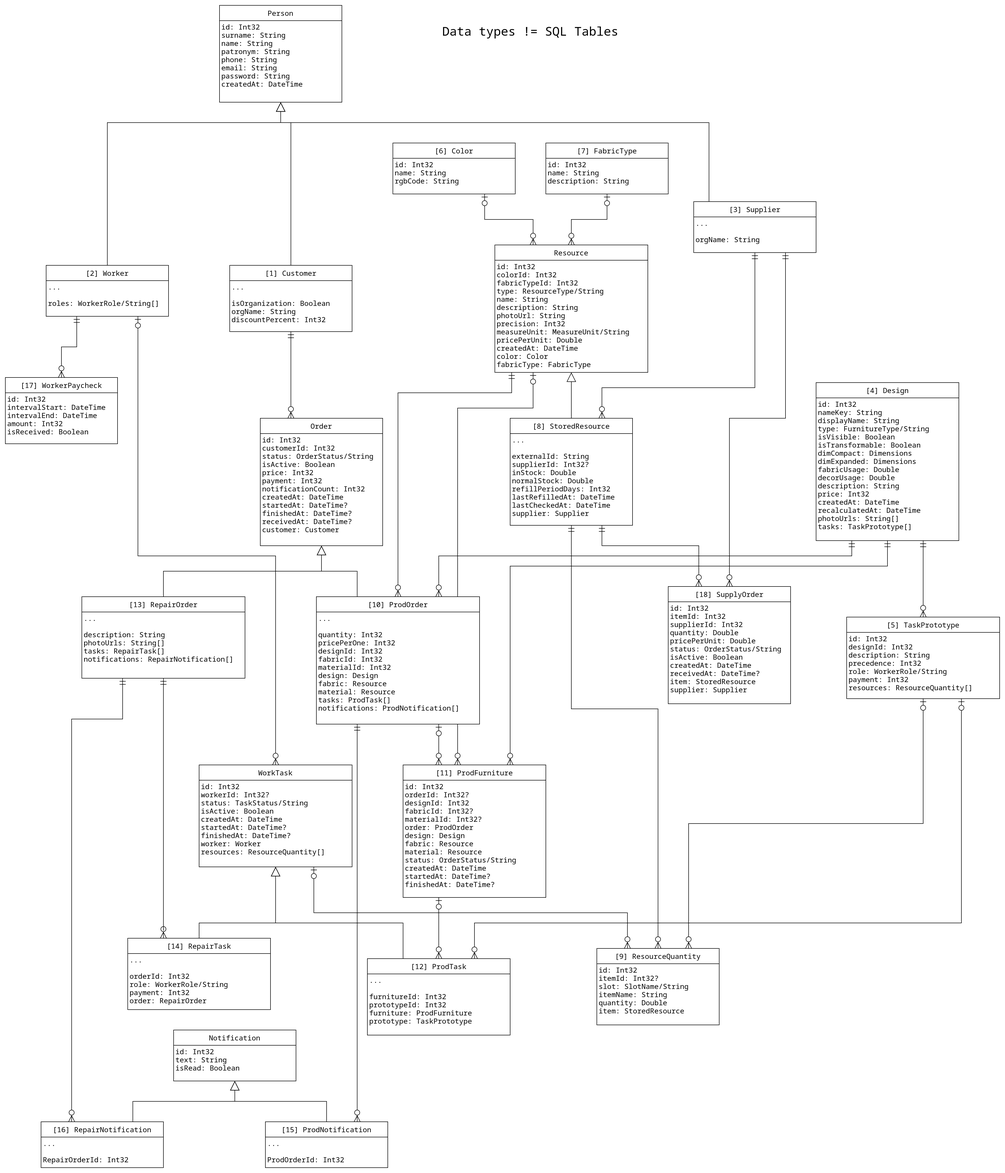
dmitriynaumov1024/fwsh keeps this draw.io diagram as science/datamodel-v2.png. Above is the earlier version. Source tidied: cells renumbered, new cells last; positions are measured from the earlier drawing's top-left corner, leaving out a move shared by most shapes.
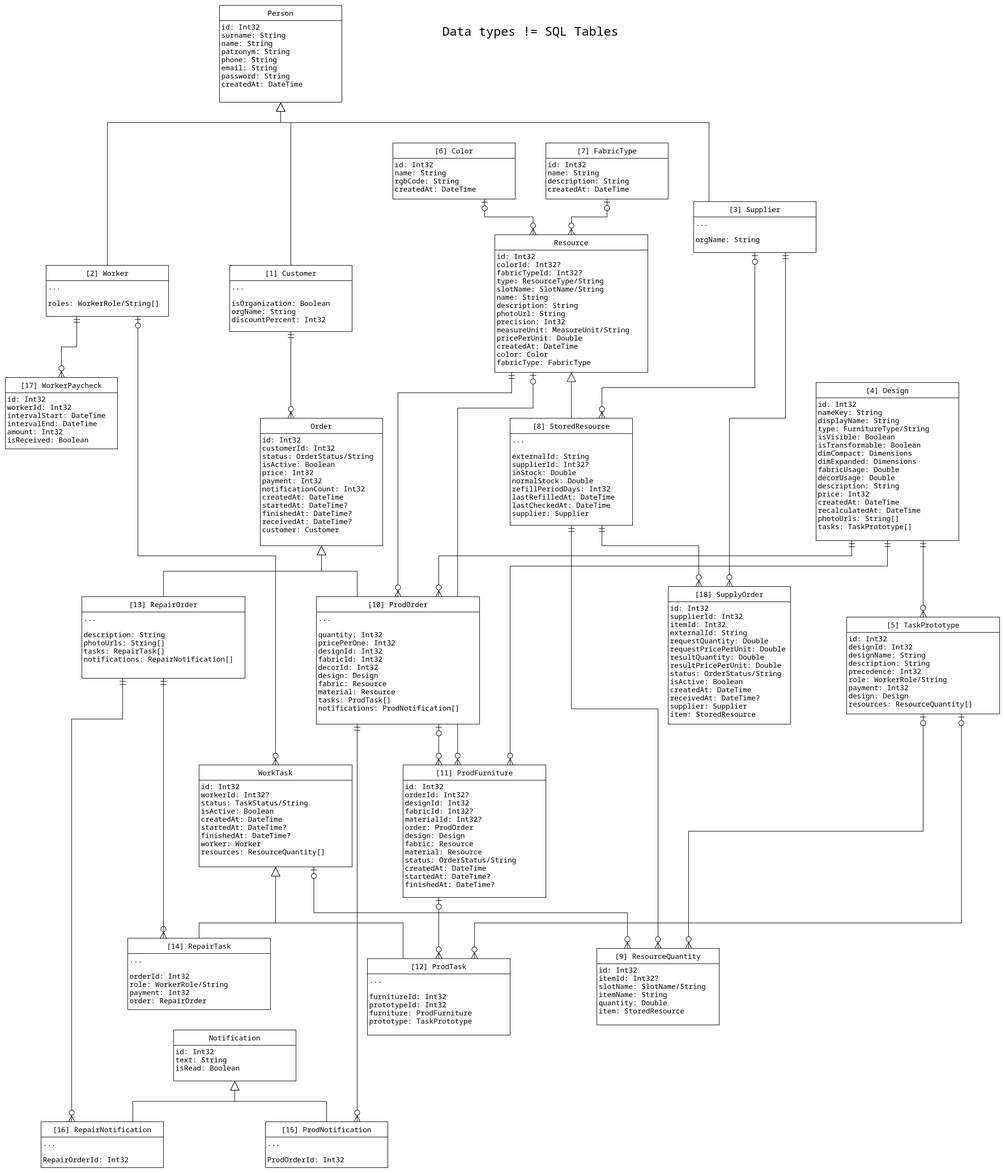
The same file after the commit.

Commit message:
science: datamodel-v2: minor fixes

Diff of the diagram source:
```diff
@@ -116,14 +116,14 @@
     <mxCell id="27" value="[18] SupplyOrder" style="rounded=0;whiteSpace=wrap;html=1;fontFamily=Noto Sans Mono;fontSize=14;" parent="1" vertex="1">
       <mxGeometry x="1300" y="1140" width="240" height="30" as="geometry" />
     </mxCell>
-    <mxCell id="28" value="id: Int32&lt;br&gt;itemId: Int32&lt;br&gt;supplierId: Int32&lt;br&gt;quantity: Double&lt;br&gt;pricePerUnit: Double&lt;br&gt;status: OrderStatus/String&lt;br&gt;isActive: Boolean&lt;br&gt;createdAt: DateTime&lt;br&gt;receivedAt: DateTime?&lt;br&gt;item: StoredResource&lt;br&gt;supplier: Supplier" style="rounded=0;whiteSpace=wrap;html=1;fontFamily=Noto Sans Mono;fontSize=14;spacing=0;spacingLeft=4;align=left;verticalAlign=top;" parent="1" vertex="1">
-      <mxGeometry x="1300" y="1170" width="240" height="200" as="geometry" />
+    <mxCell id="28" value="id: Int32&lt;br&gt;supplierId: Int32&lt;br&gt;itemId: Int32&lt;br&gt;externalId: String&lt;br&gt;requestQuantity: Double&lt;br&gt;requestPricePerUnit: Double&lt;br&gt;resultQuantity: Double&lt;br&gt;resultPricePerUnit: Double&lt;br&gt;status: OrderStatus/String&lt;br&gt;isActive: Boolean&lt;br&gt;createdAt: DateTime&lt;br&gt;receivedAt: DateTime?&lt;br&gt;supplier: Supplier&lt;br&gt;item: StoredResource&lt;br&gt;" style="rounded=0;whiteSpace=wrap;html=1;fontFamily=Noto Sans Mono;fontSize=14;spacing=0;spacingLeft=4;align=left;verticalAlign=top;" parent="1" vertex="1">
+      <mxGeometry x="1300" y="1170" width="240" height="240" as="geometry" />
     </mxCell>
     <mxCell id="29" value="Resource" style="rounded=0;whiteSpace=wrap;html=1;fontFamily=Noto Sans Mono;fontSize=14;" parent="1" vertex="1">
-      <mxGeometry x="960" y="470" width="300" height="30" as="geometry" />
+      <mxGeometry x="960" y="450" width="300" height="30" as="geometry" />
     </mxCell>
-    <mxCell id="30" value="id: Int32&lt;br&gt;colorId: Int32&lt;br&gt;fabricTypeId: Int32&lt;br&gt;type: ResourceType/String&lt;br&gt;name: String&lt;br&gt;description: String&lt;br&gt;photoUrl: String&lt;br&gt;precision: Int32&lt;br&gt;measureUnit: MeasureUnit/String&lt;br&gt;pricePerUnit: Double&lt;br&gt;createdAt: DateTime&lt;br&gt;color: Color&lt;br&gt;fabricType: FabricType" style="rounded=0;whiteSpace=wrap;html=1;fontFamily=Noto Sans Mono;fontSize=14;spacing=0;spacingLeft=4;align=left;verticalAlign=top;" parent="1" vertex="1">
-      <mxGeometry x="960" y="500" width="300" height="220" as="geometry" />
+    <mxCell id="30" value="id: Int32&lt;br&gt;colorId: Int32?&lt;br&gt;fabricTypeId: Int32?&lt;br&gt;type: ResourceType/String&lt;br&gt;slotName: SlotName/String&lt;br&gt;name: String&lt;br&gt;description: String&lt;br&gt;photoUrl: String&lt;br&gt;precision: Int32&lt;br&gt;measureUnit: MeasureUnit/String&lt;br&gt;pricePerUnit: Double&lt;br&gt;createdAt: DateTime&lt;br&gt;color: Color&lt;br&gt;fabricType: FabricType" style="rounded=0;whiteSpace=wrap;html=1;fontFamily=Noto Sans Mono;fontSize=14;spacing=0;spacingLeft=4;align=left;verticalAlign=top;" parent="1" vertex="1">
+      <mxGeometry x="960" y="480" width="300" height="240" as="geometry" />
     </mxCell>
     <mxCell id="31" value="[8] StoredResource" style="rounded=0;whiteSpace=wrap;html=1;fontFamily=Noto Sans Mono;fontSize=14;" parent="1" vertex="1">
       <mxGeometry x="990" y="810" width="240" height="30" as="geometry" />
@@ -137,14 +137,14 @@
     <mxCell id="34" value="[6] Color" style="rounded=0;whiteSpace=wrap;html=1;fontFamily=Noto Sans Mono;fontSize=14;" parent="1" vertex="1">
       <mxGeometry x="760" y="270" width="240" height="30" as="geometry" />
     </mxCell>
-    <mxCell id="35" value="id: Int32&lt;br&gt;name: String&lt;br&gt;rgbCode: String" style="rounded=0;whiteSpace=wrap;html=1;fontFamily=Noto Sans Mono;fontSize=14;spacing=0;spacingLeft=4;align=left;verticalAlign=top;" parent="1" vertex="1">
-      <mxGeometry x="760" y="300" width="240" height="70" as="geometry" />
+    <mxCell id="35" value="id: Int32&lt;br&gt;name: String&lt;br&gt;rgbCode: String&lt;br&gt;createdAt: DateTime" style="rounded=0;whiteSpace=wrap;html=1;fontFamily=Noto Sans Mono;fontSize=14;spacing=0;spacingLeft=4;align=left;verticalAlign=top;" parent="1" vertex="1">
+      <mxGeometry x="760" y="300" width="240" height="80" as="geometry" />
     </mxCell>
     <mxCell id="36" value="[7] FabricType" style="rounded=0;whiteSpace=wrap;html=1;fontFamily=Noto Sans Mono;fontSize=14;" parent="1" vertex="1">
       <mxGeometry x="1060" y="270" width="240" height="30" as="geometry" />
     </mxCell>
-    <mxCell id="37" value="id: Int32&lt;br&gt;name: String&lt;br&gt;description: String" style="rounded=0;whiteSpace=wrap;html=1;fontFamily=Noto Sans Mono;fontSize=14;spacing=0;spacingLeft=4;align=left;verticalAlign=top;" parent="1" vertex="1">
-      <mxGeometry x="1060" y="300" width="240" height="70" as="geometry" />
+    <mxCell id="37" value="id: Int32&lt;br&gt;name: String&lt;br&gt;description: String&lt;br&gt;createdAt: DateTime" style="rounded=0;whiteSpace=wrap;html=1;fontFamily=Noto Sans Mono;fontSize=14;spacing=0;spacingLeft=4;align=left;verticalAlign=top;" parent="1" vertex="1">
+      <mxGeometry x="1060" y="300" width="240" height="80" as="geometry" />
     </mxCell>
     <mxCell id="38" style="edgeStyle=orthogonalEdgeStyle;rounded=0;jettySize=auto;html=1;exitX=0.75;exitY=1;exitDx=0;exitDy=0;entryX=0.25;entryY=0;entryDx=0;entryDy=0;fontFamily=Noto Sans Mono;fontSize=14;startArrow=ERzeroToOne;startFill=0;endArrow=ERzeroToMany;endFill=0;endSize=10;startSize=10;" parent="1" edge="1" source="35" target="29">
       <mxGeometry relative="1" as="geometry" />
@@ -160,7 +160,7 @@
         </Array>
       </mxGeometry>
     </mxCell>
-    <mxCell id="41" style="edgeStyle=orthogonalEdgeStyle;rounded=0;jettySize=auto;html=1;exitX=0.5;exitY=1;exitDx=0;exitDy=0;entryX=0.75;entryY=0;entryDx=0;entryDy=0;fontFamily=Noto Sans Mono;fontSize=14;startArrow=ERmandOne;startFill=0;endArrow=ERzeroToMany;endFill=0;endSize=10;startSize=10;" parent="1" edge="1" source="15" target="31">
+    <mxCell id="41" style="edgeStyle=orthogonalEdgeStyle;rounded=0;jettySize=auto;html=1;exitX=0.5;exitY=1;exitDx=0;exitDy=0;entryX=0.75;entryY=0;entryDx=0;entryDy=0;fontFamily=Noto Sans Mono;fontSize=14;startArrow=ERzeroToOne;startFill=0;endArrow=ERzeroToMany;endFill=0;endSize=10;startSize=10;" parent="1" edge="1" source="15" target="31">
       <mxGeometry relative="1" as="geometry">
         <Array as="points">
           <mxPoint x="1470" y="750" />
@@ -185,8 +185,8 @@
     <mxCell id="45" value="[5] TaskPrototype" style="rounded=0;whiteSpace=wrap;html=1;fontFamily=Noto Sans Mono;fontSize=14;" parent="1" vertex="1">
       <mxGeometry x="1650" y="1200" width="300" height="30" as="geometry" />
     </mxCell>
-    <mxCell id="46" value="id: Int32&lt;br&gt;designId: Int32&lt;br&gt;description: String&lt;br&gt;precedence: Int32&lt;br&gt;role: WorkerRole/String&lt;br&gt;payment: Int32&lt;br&gt;resources: ResourceQuantity[]" style="rounded=0;whiteSpace=wrap;html=1;fontFamily=Noto Sans Mono;fontSize=14;spacing=0;spacingLeft=4;align=left;verticalAlign=top;" parent="1" vertex="1">
-      <mxGeometry x="1650" y="1230" width="300" height="130" as="geometry" />
+    <mxCell id="46" value="id: Int32&lt;br&gt;designId: Int32&lt;br&gt;designName: String&lt;br&gt;description: String&lt;br&gt;precedence: Int32&lt;br&gt;role: WorkerRole/String&lt;br&gt;payment: Int32&lt;br&gt;design: Design&lt;br&gt;resources: ResourceQuantity[]" style="rounded=0;whiteSpace=wrap;html=1;fontFamily=Noto Sans Mono;fontSize=14;spacing=0;spacingLeft=4;align=left;verticalAlign=top;" parent="1" vertex="1">
+      <mxGeometry x="1650" y="1230" width="300" height="160" as="geometry" />
     </mxCell>
     <mxCell id="47" style="edgeStyle=orthogonalEdgeStyle;rounded=0;jettySize=auto;html=1;exitX=0.75;exitY=1;exitDx=0;exitDy=0;entryX=0.5;entryY=0;entryDx=0;entryDy=0;fontFamily=Noto Sans Mono;fontSize=14;startArrow=ERmandOne;startFill=0;endArrow=ERzeroToMany;endFill=0;endSize=10;startSize=10;" parent="1" edge="1" source="44" target="45">
       <mxGeometry relative="1" as="geometry" />
@@ -194,7 +194,7 @@
     <mxCell id="48" value="[10] ProdOrder" style="rounded=0;whiteSpace=wrap;html=1;fontFamily=Noto Sans Mono;fontSize=14;" parent="1" vertex="1">
       <mxGeometry x="610" y="1160" width="320" height="30" as="geometry" />
     </mxCell>
-    <mxCell id="49" value="...&lt;br&gt;&lt;br&gt;quantity: Int32&lt;br&gt;pricePerOne: Int32&lt;br&gt;designId: Int32&lt;br&gt;fabricId: Int32&lt;br&gt;materialId: Int32&lt;br&gt;design: Design&lt;br&gt;fabric: Resource&lt;br&gt;material: Resource&lt;br&gt;tasks: ProdTask[]&lt;br&gt;notifications: ProdNotification[]" style="rounded=0;whiteSpace=wrap;html=1;fontFamily=Noto Sans Mono;fontSize=14;spacing=0;spacingLeft=4;align=left;verticalAlign=top;" parent="1" vertex="1">
+    <mxCell id="49" value="...&lt;br&gt;&lt;br&gt;quantity: Int32&lt;br&gt;pricePerOne: Int32&lt;br&gt;designId: Int32&lt;br&gt;fabricId: Int32&lt;br&gt;decorId: Int32&lt;br&gt;design: Design&lt;br&gt;fabric: Resource&lt;br&gt;material: Resource&lt;br&gt;tasks: ProdTask[]&lt;br&gt;notifications: ProdNotification[]" style="rounded=0;whiteSpace=wrap;html=1;fontFamily=Noto Sans Mono;fontSize=14;spacing=0;spacingLeft=4;align=left;verticalAlign=top;" parent="1" vertex="1">
       <mxGeometry x="610" y="1190" width="320" height="220" as="geometry" />
     </mxCell>
     <mxCell id="50" value="Order" style="rounded=0;whiteSpace=wrap;html=1;fontFamily=Noto Sans Mono;fontSize=14;" parent="1" vertex="1">
@@ -227,7 +227,7 @@
     <mxCell id="59" value="[9] ResourceQuantity" style="rounded=0;whiteSpace=wrap;html=1;fontFamily=Noto Sans Mono;fontSize=14;" parent="1" vertex="1">
       <mxGeometry x="1160" y="1850" width="240" height="30" as="geometry" />
     </mxCell>
-    <mxCell id="60" value="id: Int32&lt;br&gt;itemId: Int32?&lt;br&gt;slot: SlotName/String&lt;br&gt;itemName: String&lt;br&gt;quantity: Double&lt;br&gt;item: StoredResource" style="rounded=0;whiteSpace=wrap;html=1;fontFamily=Noto Sans Mono;fontSize=14;spacing=0;spacingLeft=4;align=left;verticalAlign=top;" parent="1" vertex="1">
+    <mxCell id="60" value="id: Int32&lt;br&gt;itemId: Int32?&lt;br&gt;slotName: SlotName/String&lt;br&gt;itemName: String&lt;br&gt;quantity: Double&lt;br&gt;item: StoredResource" style="rounded=0;whiteSpace=wrap;html=1;fontFamily=Noto Sans Mono;fontSize=14;spacing=0;spacingLeft=4;align=left;verticalAlign=top;" parent="1" vertex="1">
       <mxGeometry x="1160" y="1880" width="240" height="120" as="geometry" />
     </mxCell>
     <mxCell id="61" style="edgeStyle=orthogonalEdgeStyle;rounded=0;jettySize=auto;html=1;exitX=0.5;exitY=1;exitDx=0;exitDy=0;entryX=0.75;entryY=0;entryDx=0;entryDy=0;fontFamily=Noto Sans Mono;fontSize=14;startArrow=ERzeroToOne;startFill=0;endArrow=ERzeroToMany;endFill=0;endSize=10;startSize=10;" parent="1" edge="1" source="46" target="59">
@@ -304,8 +304,8 @@
     <mxCell id="75" style="edgeStyle=orthogonalEdgeStyle;rounded=0;jettySize=auto;html=1;exitX=0.25;exitY=1;exitDx=0;exitDy=0;entryX=0.5;entryY=0;entryDx=0;entryDy=0;fontFamily=Noto Sans Mono;fontSize=14;startArrow=ERmandOne;startFill=0;endArrow=ERzeroToMany;endFill=0;endSize=10;startSize=10;" parent="1" edge="1" source="11" target="74">
       <mxGeometry relative="1" as="geometry" />
     </mxCell>
-    <mxCell id="76" value="id: Int32&lt;br&gt;intervalStart: DateTime&lt;br&gt;intervalEnd: DateTime&lt;br&gt;amount: Int32&lt;br&gt;isReceived: Boolean" style="rounded=0;whiteSpace=wrap;html=1;fontFamily=Noto Sans Mono;fontSize=14;spacing=0;spacingLeft=4;align=left;verticalAlign=top;" parent="1" vertex="1">
-      <mxGeometry y="760" width="220" height="100" as="geometry" />
+    <mxCell id="76" value="id: Int32&lt;br&gt;workerId: Int32&lt;br&gt;intervalStart: DateTime&lt;br&gt;intervalEnd: DateTime&lt;br&gt;amount: Int32&lt;br&gt;isReceived: Boolean" style="rounded=0;whiteSpace=wrap;html=1;fontFamily=Noto Sans Mono;fontSize=14;spacing=0;spacingLeft=4;align=left;verticalAlign=top;" parent="1" vertex="1">
+      <mxGeometry y="760" width="220" height="110" as="geometry" />
     </mxCell>
     <mxCell id="77" style="edgeStyle=orthogonalEdgeStyle;rounded=0;jettySize=auto;html=1;exitX=0.25;exitY=1;exitDx=0;exitDy=0;fontFamily=Noto Sans Mono;fontSize=14;startArrow=ERmandOne;startFill=0;endArrow=ERzeroToMany;endFill=0;endSize=10;startSize=10;entryX=0.75;entryY=0;entryDx=0;entryDy=0;" parent="1" edge="1" source="44" target="48">
       <mxGeometry relative="1" as="geometry">
```
